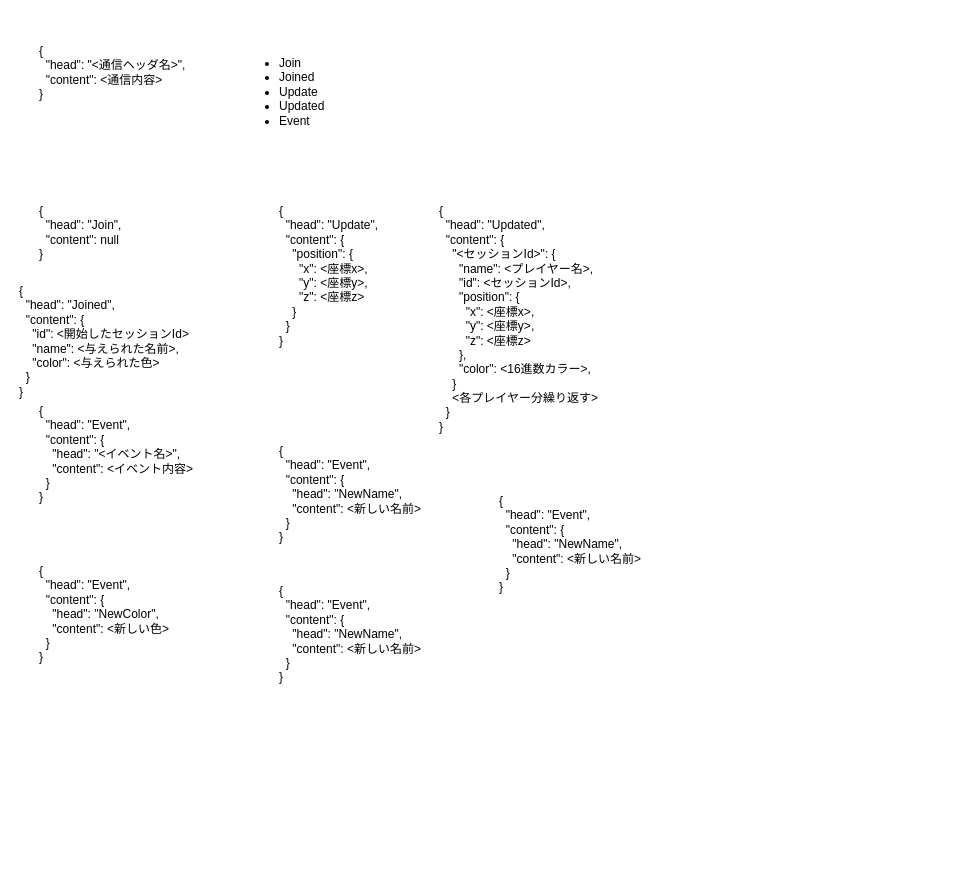
Before: page "通信Json" (14 of 16) of Doc/仕様設計.drawio in 3doriTea/VRTea, a draw.io diagram. Source tidied: cells renumbered, new cells numbered last; positions are measured from the earlier drawing's top-left corner, leaving out a move shared by most shapes. Both pictures are drawn from the tidied source at 100%, with x=0, y=0 at pixel (17, 37).
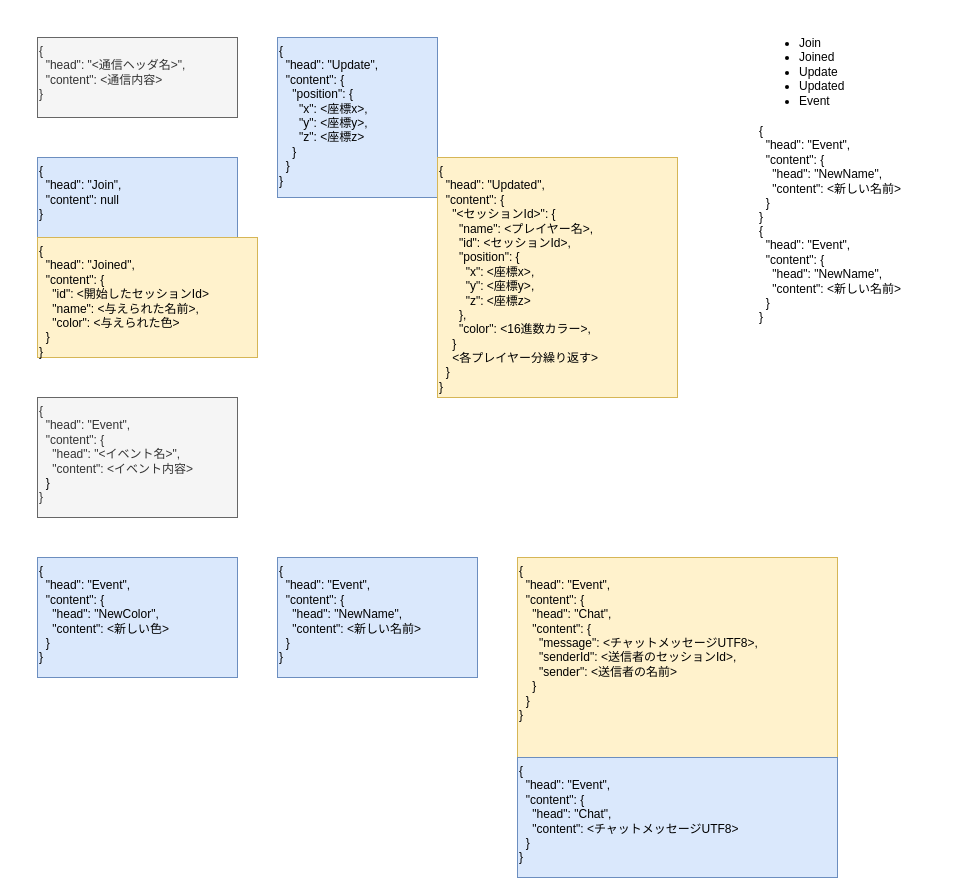
The same diagram, later.

Commit message:
仕様設計.drawio を更新

What changed in the source:
```diff
@@
 <mxGraphModel>
   <root>
     <mxCell id="0" />
     <mxCell id="1" parent="0" />
-    <mxCell id="2" value="{&lt;div&gt;&amp;nbsp; &quot;head&quot;: &quot;&amp;lt;通信ヘッダ名&amp;gt;&quot;,&lt;/div&gt;&lt;div&gt;&amp;nbsp; &quot;content&quot;: &amp;lt;通信内容&amp;gt;&lt;br&gt;&lt;div&gt;}&lt;/div&gt;&lt;/div&gt;" style="text;html=1;whiteSpace=wrap;strokeColor=none;fillColor=none;align=left;verticalAlign=top;rounded=0;fontFamily=Cascadia Code;" parent="1" vertex="1">
+    <mxCell id="2" value="{&lt;div&gt;&amp;nbsp; &quot;head&quot;: &quot;&amp;lt;通信ヘッダ名&amp;gt;&quot;,&lt;/div&gt;&lt;div&gt;&amp;nbsp; &quot;content&quot;: &amp;lt;通信内容&amp;gt;&lt;br&gt;&lt;div&gt;}&lt;/div&gt;&lt;/div&gt;" style="text;html=1;whiteSpace=wrap;strokeColor=#666666;fillColor=#f5f5f5;align=left;verticalAlign=top;rounded=0;fontFamily=Cascadia Code;fontColor=#333333;" parent="1" vertex="1">
       <mxGeometry x="20" width="200" height="80" as="geometry" />
     </mxCell>
     <mxCell id="3" value="&lt;ul&gt;&lt;li&gt;Join&lt;/li&gt;&lt;li&gt;Joined&lt;/li&gt;&lt;li&gt;Update&lt;/li&gt;&lt;li&gt;Updated&lt;/li&gt;&lt;li&gt;Event&lt;/li&gt;&lt;/ul&gt;" style="text;html=1;whiteSpace=wrap;strokeColor=none;fillColor=none;align=left;verticalAlign=top;rounded=0;" parent="1" vertex="1">
-      <mxGeometry x="220" width="160" height="200" as="geometry" />
+      <mxGeometry x="740" y="-20" width="160" height="120" as="geometry" />
     </mxCell>
-    <mxCell id="4" value="{&lt;div&gt;&amp;nbsp; &quot;head&quot;: &quot;Join&quot;,&lt;/div&gt;&lt;div&gt;&amp;nbsp; &quot;content&quot;: null&lt;br&gt;&lt;div&gt;}&lt;/div&gt;&lt;/div&gt;" style="text;html=1;whiteSpace=wrap;strokeColor=none;fillColor=none;align=left;verticalAlign=top;rounded=0;fontFamily=Cascadia Code;" parent="1" vertex="1">
-      <mxGeometry x="20" y="160" width="200" height="80" as="geometry" />
+    <mxCell id="4" value="{&lt;div&gt;&amp;nbsp; &quot;head&quot;: &quot;Join&quot;,&lt;/div&gt;&lt;div&gt;&amp;nbsp; &quot;content&quot;: null&lt;br&gt;&lt;div&gt;}&lt;/div&gt;&lt;/div&gt;" style="text;html=1;whiteSpace=wrap;strokeColor=#6c8ebf;fillColor=#dae8fc;align=left;verticalAlign=top;rounded=0;fontFamily=Cascadia Code;" parent="1" vertex="1">
+      <mxGeometry x="20" y="120" width="200" height="80" as="geometry" />
     </mxCell>
-    <mxCell id="5" value="{&lt;div&gt;&amp;nbsp; &quot;head&quot;: &quot;Joined&quot;,&lt;/div&gt;&lt;div&gt;&amp;nbsp; &quot;content&quot;: {&lt;/div&gt;&lt;div&gt;&amp;nbsp; &amp;nbsp; &quot;id&quot;: &amp;lt;開始したセッションId&amp;gt;&lt;/div&gt;&lt;div&gt;&amp;nbsp; &amp;nbsp; &quot;name&quot;: &amp;lt;与えられた名前&amp;gt;,&lt;/div&gt;&lt;div&gt;&amp;nbsp; &amp;nbsp; &quot;color&quot;: &amp;lt;与えられた色&amp;gt;&lt;/div&gt;&lt;div&gt;&amp;nbsp; }&lt;br&gt;&lt;div&gt;}&lt;/div&gt;&lt;/div&gt;" style="text;html=1;whiteSpace=wrap;strokeColor=none;fillColor=none;align=left;verticalAlign=top;rounded=0;fontFamily=Cascadia Code;" parent="1" vertex="1">
-      <mxGeometry y="240" width="220" height="120" as="geometry" />
+    <mxCell id="5" value="{&lt;div&gt;&amp;nbsp; &quot;head&quot;: &quot;Joined&quot;,&lt;/div&gt;&lt;div&gt;&amp;nbsp; &quot;content&quot;: {&lt;/div&gt;&lt;div&gt;&amp;nbsp; &amp;nbsp; &quot;id&quot;: &amp;lt;開始したセッションId&amp;gt;&lt;/div&gt;&lt;div&gt;&amp;nbsp; &amp;nbsp; &quot;name&quot;: &amp;lt;与えられた名前&amp;gt;,&lt;/div&gt;&lt;div&gt;&amp;nbsp; &amp;nbsp; &quot;color&quot;: &amp;lt;与えられた色&amp;gt;&lt;/div&gt;&lt;div&gt;&amp;nbsp; }&lt;br&gt;&lt;div&gt;}&lt;/div&gt;&lt;/div&gt;" style="text;html=1;whiteSpace=wrap;strokeColor=#d6b656;fillColor=#fff2cc;align=left;verticalAlign=top;rounded=0;fontFamily=Cascadia Code;" parent="1" vertex="1">
+      <mxGeometry x="20" y="200" width="220" height="120" as="geometry" />
     </mxCell>
-    <mxCell id="6" value="{&lt;div&gt;&amp;nbsp; &quot;head&quot;: &quot;Update&quot;,&lt;/div&gt;&lt;div&gt;&amp;nbsp; &quot;content&quot;: {&lt;/div&gt;&lt;div&gt;&amp;nbsp; &amp;nbsp; &quot;position&quot;: {&lt;/div&gt;&lt;div&gt;&amp;nbsp; &amp;nbsp; &amp;nbsp; &quot;x&quot;: &amp;lt;座標x&amp;gt;,&lt;/div&gt;&lt;div&gt;&lt;div&gt;&amp;nbsp; &amp;nbsp; &amp;nbsp; &quot;y&quot;: &amp;lt;座標y&amp;gt;,&lt;/div&gt;&lt;div&gt;&lt;div&gt;&amp;nbsp; &amp;nbsp; &amp;nbsp; &quot;z&quot;: &amp;lt;座標z&amp;gt;&lt;/div&gt;&lt;/div&gt;&lt;/div&gt;&lt;div&gt;&amp;nbsp; &amp;nbsp; }&lt;/div&gt;&lt;div&gt;&amp;nbsp; }&lt;br&gt;&lt;div&gt;}&lt;/div&gt;&lt;/div&gt;" style="text;html=1;whiteSpace=wrap;strokeColor=none;fillColor=none;align=left;verticalAlign=top;rounded=0;fontFamily=Cascadia Code;" parent="1" vertex="1">
-      <mxGeometry x="260" y="160" width="160" height="160" as="geometry" />
+    <mxCell id="6" value="{&lt;div&gt;&amp;nbsp; &quot;head&quot;: &quot;Update&quot;,&lt;/div&gt;&lt;div&gt;&amp;nbsp; &quot;content&quot;: {&lt;/div&gt;&lt;div&gt;&amp;nbsp; &amp;nbsp; &quot;position&quot;: {&lt;/div&gt;&lt;div&gt;&amp;nbsp; &amp;nbsp; &amp;nbsp; &quot;x&quot;: &amp;lt;座標x&amp;gt;,&lt;/div&gt;&lt;div&gt;&lt;div&gt;&amp;nbsp; &amp;nbsp; &amp;nbsp; &quot;y&quot;: &amp;lt;座標y&amp;gt;,&lt;/div&gt;&lt;div&gt;&lt;div&gt;&amp;nbsp; &amp;nbsp; &amp;nbsp; &quot;z&quot;: &amp;lt;座標z&amp;gt;&lt;/div&gt;&lt;/div&gt;&lt;/div&gt;&lt;div&gt;&amp;nbsp; &amp;nbsp; }&lt;/div&gt;&lt;div&gt;&amp;nbsp; }&lt;br&gt;&lt;div&gt;}&lt;/div&gt;&lt;/div&gt;" style="text;html=1;whiteSpace=wrap;strokeColor=#6c8ebf;fillColor=#dae8fc;align=left;verticalAlign=top;rounded=0;fontFamily=Cascadia Code;" parent="1" vertex="1">
+      <mxGeometry x="260" width="160" height="160" as="geometry" />
     </mxCell>
-    <mxCell id="7" value="{&lt;div&gt;&amp;nbsp; &quot;head&quot;: &quot;Updated&quot;,&lt;/div&gt;&lt;div&gt;&amp;nbsp; &quot;content&quot;: {&lt;/div&gt;&lt;div&gt;&amp;nbsp; &amp;nbsp; &quot;&amp;lt;セッションId&amp;gt;&quot;: {&lt;/div&gt;&lt;div&gt;&amp;nbsp; &amp;nbsp; &amp;nbsp; &quot;name&quot;: &amp;lt;プレイヤー名&amp;gt;,&lt;/div&gt;&lt;div&gt;&amp;nbsp; &amp;nbsp; &amp;nbsp; &quot;id&quot;: &amp;lt;セッションId&amp;gt;,&lt;/div&gt;&lt;div&gt;&amp;nbsp; &amp;nbsp; &amp;nbsp; &quot;position&quot;: {&lt;/div&gt;&lt;div&gt;&amp;nbsp; &amp;nbsp; &amp;nbsp; &amp;nbsp; &quot;x&quot;: &amp;lt;座標x&amp;gt;,&lt;/div&gt;&lt;div&gt;&lt;div&gt;&amp;nbsp; &amp;nbsp; &amp;nbsp; &amp;nbsp; &quot;y&quot;: &amp;lt;座標y&amp;gt;,&lt;/div&gt;&lt;div&gt;&lt;div&gt;&amp;nbsp; &amp;nbsp; &amp;nbsp; &amp;nbsp; &quot;z&quot;: &amp;lt;座標z&amp;gt;&lt;/div&gt;&lt;/div&gt;&lt;/div&gt;&lt;div&gt;&amp;nbsp; &amp;nbsp; &amp;nbsp; },&lt;/div&gt;&lt;div&gt;&amp;nbsp; &amp;nbsp; &amp;nbsp; &quot;color&quot;: &amp;lt;16進数カラー&amp;gt;&lt;span style=&quot;background-color: transparent; color: light-dark(rgb(0, 0, 0), rgb(255, 255, 255));&quot;&gt;,&lt;/span&gt;&lt;/div&gt;&lt;div&gt;&amp;nbsp; &amp;nbsp; }&lt;/div&gt;&lt;div&gt;&amp;nbsp; &amp;nbsp; &amp;lt;各プレイヤー分繰り返す&amp;gt;&lt;/div&gt;&lt;div&gt;&amp;nbsp; }&lt;br&gt;&lt;div&gt;}&lt;/div&gt;&lt;/div&gt;" style="text;html=1;whiteSpace=wrap;strokeColor=none;fillColor=none;align=left;verticalAlign=top;rounded=0;fontFamily=Cascadia Code;" parent="1" vertex="1">
-      <mxGeometry x="420" y="160" width="240" height="240" as="geometry" />
+    <mxCell id="7" value="{&lt;div&gt;&amp;nbsp; &quot;head&quot;: &quot;Updated&quot;,&lt;/div&gt;&lt;div&gt;&amp;nbsp; &quot;content&quot;: {&lt;/div&gt;&lt;div&gt;&amp;nbsp; &amp;nbsp; &quot;&amp;lt;セッションId&amp;gt;&quot;: {&lt;/div&gt;&lt;div&gt;&amp;nbsp; &amp;nbsp; &amp;nbsp; &quot;name&quot;: &amp;lt;プレイヤー名&amp;gt;,&lt;/div&gt;&lt;div&gt;&amp;nbsp; &amp;nbsp; &amp;nbsp; &quot;id&quot;: &amp;lt;セッションId&amp;gt;,&lt;/div&gt;&lt;div&gt;&amp;nbsp; &amp;nbsp; &amp;nbsp; &quot;position&quot;: {&lt;/div&gt;&lt;div&gt;&amp;nbsp; &amp;nbsp; &amp;nbsp; &amp;nbsp; &quot;x&quot;: &amp;lt;座標x&amp;gt;,&lt;/div&gt;&lt;div&gt;&lt;div&gt;&amp;nbsp; &amp;nbsp; &amp;nbsp; &amp;nbsp; &quot;y&quot;: &amp;lt;座標y&amp;gt;,&lt;/div&gt;&lt;div&gt;&lt;div&gt;&amp;nbsp; &amp;nbsp; &amp;nbsp; &amp;nbsp; &quot;z&quot;: &amp;lt;座標z&amp;gt;&lt;/div&gt;&lt;/div&gt;&lt;/div&gt;&lt;div&gt;&amp;nbsp; &amp;nbsp; &amp;nbsp; },&lt;/div&gt;&lt;div&gt;&amp;nbsp; &amp;nbsp; &amp;nbsp; &quot;color&quot;: &amp;lt;16進数カラー&amp;gt;&lt;span style=&quot;background-color: transparent; color: light-dark(rgb(0, 0, 0), rgb(255, 255, 255));&quot;&gt;,&lt;/span&gt;&lt;/div&gt;&lt;div&gt;&amp;nbsp; &amp;nbsp; }&lt;/div&gt;&lt;div&gt;&amp;nbsp; &amp;nbsp; &amp;lt;各プレイヤー分繰り返す&amp;gt;&lt;/div&gt;&lt;div&gt;&amp;nbsp; }&lt;br&gt;&lt;div&gt;}&lt;/div&gt;&lt;/div&gt;" style="text;html=1;whiteSpace=wrap;strokeColor=#d6b656;fillColor=#fff2cc;align=left;verticalAlign=top;rounded=0;fontFamily=Cascadia Code;" parent="1" vertex="1">
+      <mxGeometry x="420" y="120" width="240" height="240" as="geometry" />
     </mxCell>
-    <mxCell id="8" value="{&lt;div&gt;&amp;nbsp; &quot;head&quot;: &quot;Event&quot;,&lt;/div&gt;&lt;div&gt;&amp;nbsp; &quot;content&quot;: {&lt;/div&gt;&lt;div&gt;&amp;nbsp; &amp;nbsp; &quot;head&quot;: &quot;&amp;lt;イベント名&amp;gt;&quot;,&lt;/div&gt;&lt;div&gt;&amp;nbsp; &amp;nbsp; &quot;content&quot;: &amp;lt;イベント内容&amp;gt;&lt;/div&gt;&lt;div&gt;&lt;span style=&quot;background-color: transparent; color: light-dark(rgb(0, 0, 0), rgb(255, 255, 255));&quot;&gt;&amp;nbsp; }&lt;/span&gt;&lt;/div&gt;&lt;div&gt;&lt;div&gt;}&lt;/div&gt;&lt;/div&gt;" style="text;html=1;whiteSpace=wrap;strokeColor=none;fillColor=none;align=left;verticalAlign=top;rounded=0;fontFamily=Cascadia Code;" parent="1" vertex="1">
-      <mxGeometry x="20" y="360" width="200" height="160" as="geometry" />
+    <mxCell id="8" value="{&lt;div&gt;&amp;nbsp; &quot;head&quot;: &quot;Event&quot;,&lt;/div&gt;&lt;div&gt;&amp;nbsp; &quot;content&quot;: {&lt;/div&gt;&lt;div&gt;&amp;nbsp; &amp;nbsp; &quot;head&quot;: &quot;&amp;lt;イベント名&amp;gt;&quot;,&lt;/div&gt;&lt;div&gt;&amp;nbsp; &amp;nbsp; &quot;content&quot;: &amp;lt;イベント内容&amp;gt;&lt;/div&gt;&lt;div&gt;&lt;span style=&quot;background-color: transparent; color: light-dark(rgb(0, 0, 0), rgb(255, 255, 255));&quot;&gt;&amp;nbsp; }&lt;/span&gt;&lt;/div&gt;&lt;div&gt;&lt;div&gt;}&lt;/div&gt;&lt;/div&gt;" style="text;html=1;whiteSpace=wrap;align=left;verticalAlign=top;rounded=0;fontFamily=Cascadia Code;fillColor=#f5f5f5;strokeColor=#666666;fontColor=#333333;" parent="1" vertex="1">
+      <mxGeometry x="20" y="360" width="200" height="120" as="geometry" />
     </mxCell>
-    <mxCell id="9" value="{&lt;div&gt;&amp;nbsp; &quot;head&quot;: &quot;Event&quot;,&lt;/div&gt;&lt;div&gt;&amp;nbsp; &quot;content&quot;: {&lt;/div&gt;&lt;div&gt;&amp;nbsp; &amp;nbsp; &quot;head&quot;: &quot;NewName&quot;,&lt;/div&gt;&lt;div&gt;&amp;nbsp; &amp;nbsp; &quot;content&quot;: &amp;lt;新しい名前&amp;gt;&lt;/div&gt;&lt;div&gt;&lt;span style=&quot;background-color: transparent; color: light-dark(rgb(0, 0, 0), rgb(255, 255, 255));&quot;&gt;&amp;nbsp; }&lt;/span&gt;&lt;/div&gt;&lt;div&gt;&lt;div&gt;}&lt;/div&gt;&lt;/div&gt;" style="text;html=1;whiteSpace=wrap;strokeColor=none;fillColor=none;align=left;verticalAlign=top;rounded=0;fontFamily=Cascadia Code;" parent="1" vertex="1">
-      <mxGeometry x="260" y="400" width="200" height="120" as="geometry" />
+    <mxCell id="9" value="{&lt;div&gt;&amp;nbsp; &quot;head&quot;: &quot;Event&quot;,&lt;/div&gt;&lt;div&gt;&amp;nbsp; &quot;content&quot;: {&lt;/div&gt;&lt;div&gt;&amp;nbsp; &amp;nbsp; &quot;head&quot;: &quot;NewName&quot;,&lt;/div&gt;&lt;div&gt;&amp;nbsp; &amp;nbsp; &quot;content&quot;: &amp;lt;新しい名前&amp;gt;&lt;/div&gt;&lt;div&gt;&lt;span style=&quot;background-color: transparent; color: light-dark(rgb(0, 0, 0), rgb(255, 255, 255));&quot;&gt;&amp;nbsp; }&lt;/span&gt;&lt;/div&gt;&lt;div&gt;&lt;div&gt;}&lt;/div&gt;&lt;/div&gt;" style="text;html=1;whiteSpace=wrap;strokeColor=#6c8ebf;fillColor=#dae8fc;align=left;verticalAlign=top;rounded=0;fontFamily=Cascadia Code;" parent="1" vertex="1">
+      <mxGeometry x="260" y="520" width="200" height="120" as="geometry" />
     </mxCell>
-    <mxCell id="10" value="{&lt;div&gt;&amp;nbsp; &quot;head&quot;: &quot;Event&quot;,&lt;/div&gt;&lt;div&gt;&amp;nbsp; &quot;content&quot;: {&lt;/div&gt;&lt;div&gt;&amp;nbsp; &amp;nbsp; &quot;head&quot;: &quot;NewColor&quot;,&lt;/div&gt;&lt;div&gt;&amp;nbsp; &amp;nbsp; &quot;content&quot;: &amp;lt;新しい色&amp;gt;&lt;/div&gt;&lt;div&gt;&lt;span style=&quot;background-color: transparent; color: light-dark(rgb(0, 0, 0), rgb(255, 255, 255));&quot;&gt;&amp;nbsp; }&lt;/span&gt;&lt;/div&gt;&lt;div&gt;&lt;div&gt;}&lt;/div&gt;&lt;/div&gt;" style="text;html=1;whiteSpace=wrap;strokeColor=none;fillColor=none;align=left;verticalAlign=top;rounded=0;fontFamily=Cascadia Code;" parent="1" vertex="1">
+    <mxCell id="10" value="{&lt;div&gt;&amp;nbsp; &quot;head&quot;: &quot;Event&quot;,&lt;/div&gt;&lt;div&gt;&amp;nbsp; &quot;content&quot;: {&lt;/div&gt;&lt;div&gt;&amp;nbsp; &amp;nbsp; &quot;head&quot;: &quot;NewColor&quot;,&lt;/div&gt;&lt;div&gt;&amp;nbsp; &amp;nbsp; &quot;content&quot;: &amp;lt;新しい色&amp;gt;&lt;/div&gt;&lt;div&gt;&lt;span style=&quot;background-color: transparent; color: light-dark(rgb(0, 0, 0), rgb(255, 255, 255));&quot;&gt;&amp;nbsp; }&lt;/span&gt;&lt;/div&gt;&lt;div&gt;&lt;div&gt;}&lt;/div&gt;&lt;/div&gt;" style="text;html=1;whiteSpace=wrap;strokeColor=#6c8ebf;fillColor=#dae8fc;align=left;verticalAlign=top;rounded=0;fontFamily=Cascadia Code;" parent="1" vertex="1">
       <mxGeometry x="20" y="520" width="200" height="120" as="geometry" />
     </mxCell>
     <mxCell id="11" value="{&lt;div&gt;&amp;nbsp; &quot;head&quot;: &quot;Event&quot;,&lt;/div&gt;&lt;div&gt;&amp;nbsp; &quot;content&quot;: {&lt;/div&gt;&lt;div&gt;&amp;nbsp; &amp;nbsp; &quot;head&quot;: &quot;NewName&quot;,&lt;/div&gt;&lt;div&gt;&amp;nbsp; &amp;nbsp; &quot;content&quot;: &amp;lt;新しい名前&amp;gt;&lt;/div&gt;&lt;div&gt;&lt;span style=&quot;background-color: transparent; color: light-dark(rgb(0, 0, 0), rgb(255, 255, 255));&quot;&gt;&amp;nbsp; }&lt;/span&gt;&lt;/div&gt;&lt;div&gt;&lt;div&gt;}&lt;/div&gt;&lt;/div&gt;" style="text;html=1;whiteSpace=wrap;strokeColor=none;fillColor=none;align=left;verticalAlign=top;rounded=0;fontFamily=Cascadia Code;" parent="1" vertex="1">
-      <mxGeometry x="260" y="540" width="200" height="120" as="geometry" />
+      <mxGeometry x="740" y="80" width="200" height="120" as="geometry" />
     </mxCell>
     <mxCell id="12" value="{&lt;div&gt;&amp;nbsp; &quot;head&quot;: &quot;Event&quot;,&lt;/div&gt;&lt;div&gt;&amp;nbsp; &quot;content&quot;: {&lt;/div&gt;&lt;div&gt;&amp;nbsp; &amp;nbsp; &quot;head&quot;: &quot;NewName&quot;,&lt;/div&gt;&lt;div&gt;&amp;nbsp; &amp;nbsp; &quot;content&quot;: &amp;lt;新しい名前&amp;gt;&lt;/div&gt;&lt;div&gt;&lt;span style=&quot;background-color: transparent; color: light-dark(rgb(0, 0, 0), rgb(255, 255, 255));&quot;&gt;&amp;nbsp; }&lt;/span&gt;&lt;/div&gt;&lt;div&gt;&lt;div&gt;}&lt;/div&gt;&lt;/div&gt;" style="text;html=1;whiteSpace=wrap;strokeColor=none;fillColor=none;align=left;verticalAlign=top;rounded=0;fontFamily=Cascadia Code;" parent="1" vertex="1">
-      <mxGeometry x="480" y="450" width="200" height="120" as="geometry" />
+      <mxGeometry x="740" y="180" width="200" height="120" as="geometry" />
     </mxCell>
+    <mxCell id="13" value="{&lt;div&gt;&amp;nbsp; &quot;head&quot;: &quot;Event&quot;,&lt;/div&gt;&lt;div&gt;&amp;nbsp; &quot;content&quot;: {&lt;/div&gt;&lt;div&gt;&amp;nbsp; &amp;nbsp; &quot;head&quot;: &quot;Chat&quot;,&lt;/div&gt;&lt;div&gt;&amp;nbsp; &amp;nbsp; &quot;content&quot;: {&lt;/div&gt;&lt;div&gt;&amp;nbsp; &amp;nbsp; &amp;nbsp; &quot;message&quot;: &amp;lt;チャットメッセージUTF8&amp;gt;,&lt;/div&gt;&lt;div&gt;&amp;nbsp; &amp;nbsp; &amp;nbsp; &quot;senderId&quot;: &amp;lt;送信者のセッションId&amp;gt;,&lt;/div&gt;&lt;div&gt;&amp;nbsp; &amp;nbsp; &amp;nbsp; &quot;sender&quot;: &amp;lt;送信者の名前&amp;gt;&lt;/div&gt;&lt;div&gt;&amp;nbsp; &amp;nbsp; }&lt;/div&gt;&lt;div&gt;&lt;span style=&quot;background-color: transparent; color: light-dark(rgb(0, 0, 0), rgb(255, 255, 255));&quot;&gt;&amp;nbsp; }&lt;/span&gt;&lt;/div&gt;&lt;div&gt;&lt;div&gt;}&lt;/div&gt;&lt;/div&gt;" style="text;html=1;whiteSpace=wrap;strokeColor=#d6b656;fillColor=#fff2cc;align=left;verticalAlign=top;rounded=0;fontFamily=Cascadia Code;" parent="1" vertex="1">
+      <mxGeometry x="500" y="520" width="320" height="200" as="geometry" />
+    </mxCell>
+    <mxCell id="14" value="{&lt;div&gt;&amp;nbsp; &quot;head&quot;: &quot;Event&quot;,&lt;/div&gt;&lt;div&gt;&amp;nbsp; &quot;content&quot;: {&lt;/div&gt;&lt;div&gt;&amp;nbsp; &amp;nbsp; &quot;head&quot;: &quot;Chat&quot;,&lt;/div&gt;&lt;div&gt;&amp;nbsp; &amp;nbsp; &quot;content&quot;: &amp;lt;チャットメッセージUTF8&amp;gt;&lt;/div&gt;&lt;div&gt;&lt;span style=&quot;background-color: transparent; color: light-dark(rgb(0, 0, 0), rgb(255, 255, 255));&quot;&gt;&amp;nbsp; }&lt;/span&gt;&lt;/div&gt;&lt;div&gt;&lt;div&gt;}&lt;/div&gt;&lt;/div&gt;" style="text;html=1;whiteSpace=wrap;strokeColor=#6c8ebf;fillColor=#dae8fc;align=left;verticalAlign=top;rounded=0;fontFamily=Cascadia Code;" parent="1" vertex="1">
+      <mxGeometry x="500" y="720" width="320" height="120" as="geometry" />
+    </mxCell>
   </root>
 </mxGraphModel>
```
